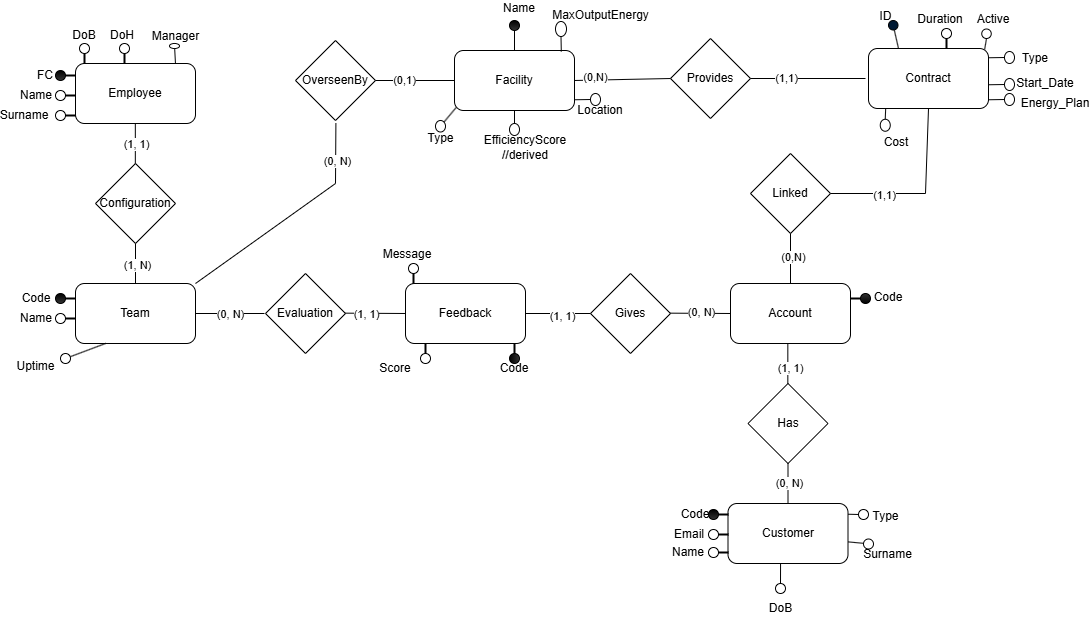
Above: Exam/Documentation/images/ER.png in Fonty02/DBSystems (draw.io), before the change. Source tidied: cells renumbered, new cells last; positions are measured from the earlier drawing's top-left corner, leaving out a move shared by most shapes.
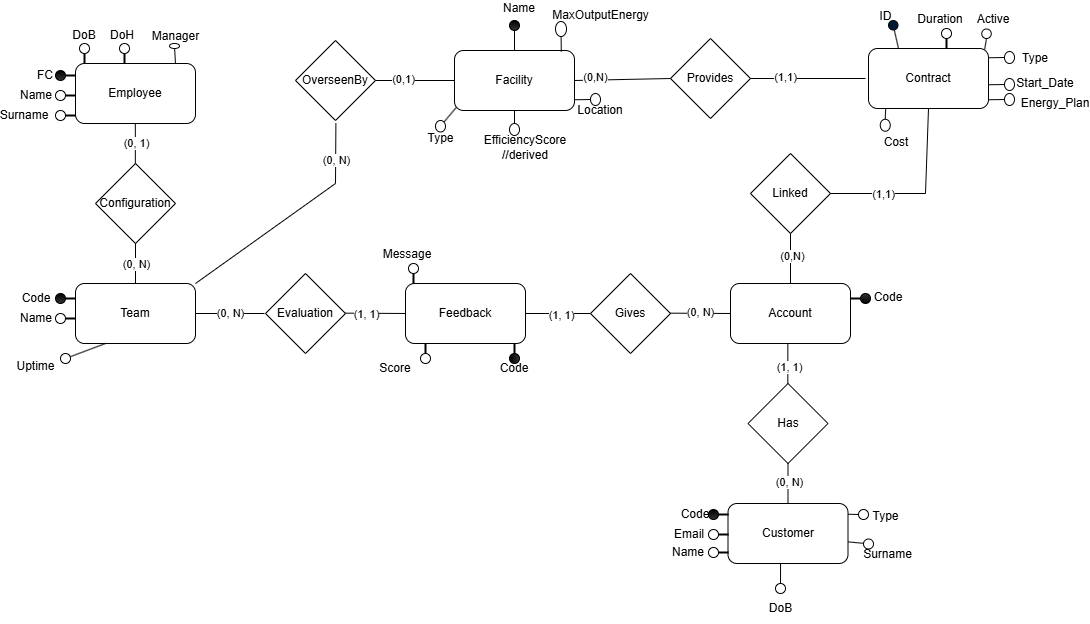
After the change.

The edit, as a diff of the source:
```diff
@@ -49,7 +49,7 @@
         <mxPoint x="130" y="284" as="sourcePoint" />
       </mxGeometry>
     </mxCell>
-    <mxCell id="16" value="(1, N)" style="edgeLabel;html=1;align=center;verticalAlign=middle;" parent="15" vertex="1">
+    <mxCell id="16" value="(0, N)" style="edgeLabel;html=1;align=center;verticalAlign=middle;" parent="15" vertex="1">
       <mxGeometry x="-0.04" y="-1" relative="1" as="geometry" />
     </mxCell>
     <mxCell id="17" style="endArrow=none;html=1;rounded=0;exitX=0.5;exitY=0;exitDx=0;exitDy=0;entryX=0.5;entryY=1;entryDx=0;entryDy=0;" parent="1" edge="1">
@@ -58,7 +58,7 @@
         <mxPoint x="129.8" y="124" as="targetPoint" />
       </mxGeometry>
     </mxCell>
-    <mxCell id="18" value="(1, 1)" style="edgeLabel;html=1;align=center;verticalAlign=middle;" parent="17" vertex="1">
+    <mxCell id="18" value="(0, 1)" style="edgeLabel;html=1;align=center;verticalAlign=middle;" parent="17" vertex="1">
       <mxGeometry y="-1" relative="1" as="geometry" />
     </mxCell>
     <mxCell id="19" value="OverseenBy" style="rhombus;whiteSpace=wrap;html=1;" parent="1" vertex="1">
```
